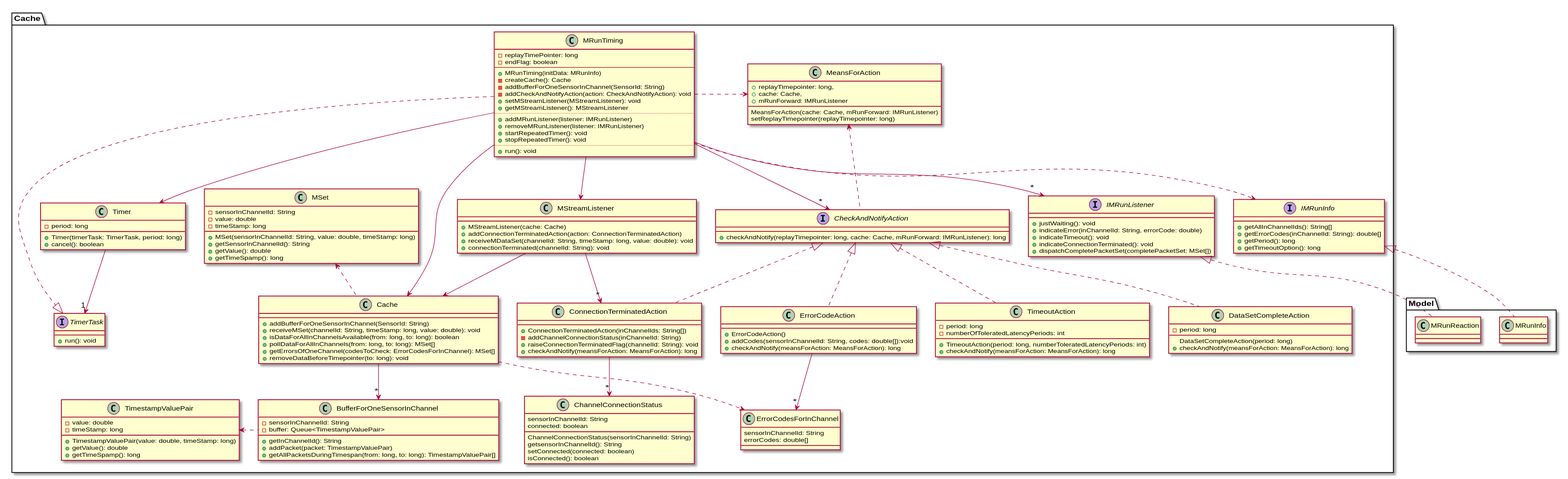
Before: 2-Entwurf/2-Entwicklung/src/edu/kit/freejdaq/cache/classDiagramCache.svg, a diagram exported from PlantUML (osl2/DAQ-Documents).
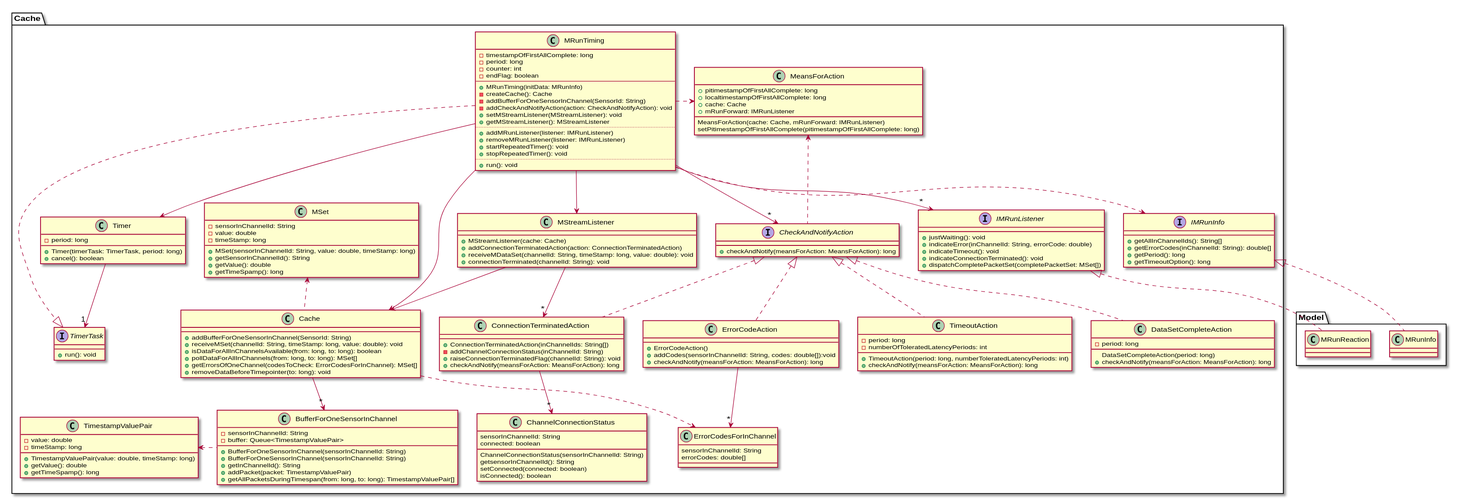
After the change.

Change to the diagram source:
```diff
@@ -10,7 +10,9 @@
 
 
 class MRunTiming {
-	- replayTimePointer: long
+	- timestampOfFirstAllComplete: long
+	- period: long
+	- counter: int
 	- endFlag: boolean
 	--
 	+ MRunTiming(initData: MRunInfo)
@@ -44,8 +46,10 @@
 }
 
 class BufferForOneSensorInChannel {
+ 	+BufferForOneSensorInChannel(sensorInChannelId: String)
 	-sensorInChannelId: String
 	-buffer: Queue<TimestampValuePair>
+	+BufferForOneSensorInChannel(sensorInChannelId: String)
 	+getInChannelId(): String
 	+addPacket(packet: TimestampValuePair)
 	+getAllPacketsDuringTimespan(from: long, to: long): TimestampValuePair[]
@@ -101,11 +105,12 @@
 }
 
 class MeansForAction {
-	+replayTimepointer: long,
-	+cache: Cache,
+	+pitimestampOfFirstAllComplete: long
+	+localtimestampOfFirstAllComplete: long
+	+cache: Cache
 	+mRunForward: IMRunListener
 	MeansForAction(cache: Cache, mRunForward: IMRunListener)
-	setReplayTimepointer(replayTimepointer: long)
+	setPitimestampOfFirstAllComplete(pitimestampOfFirstAllComplete: long)
 
 }
 
@@ -149,7 +154,7 @@
 ConnectionTerminatedAction --> "*" ChannelConnectionStatus
 
 interface CheckAndNotifyAction {
-	+checkAndNotify(replayTimepointer: long, cache: Cache, mRunForward: IMRunListener): long
+	+checkAndNotify(meansForAction: MeansForAction): long
 }
 
 interface IMRunListener {
```
